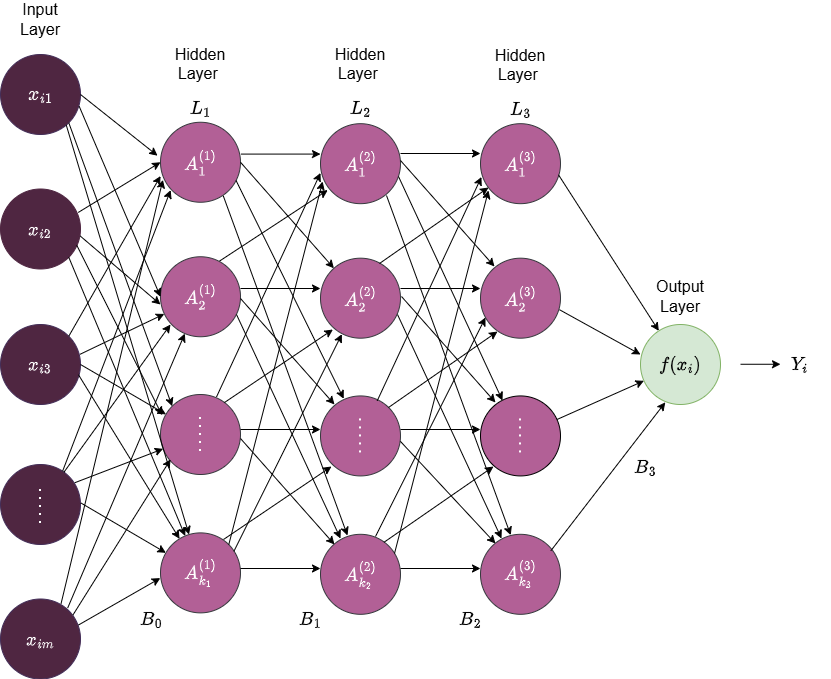
Earlier version of the draw.io export images/neural_network.png (hds-sandbox/Dyn_Risk_Pred_Course). Source tidied: cells renumbered, new cells last; positions are measured from the earlier drawing's top-left corner, leaving out a move shared by most shapes.
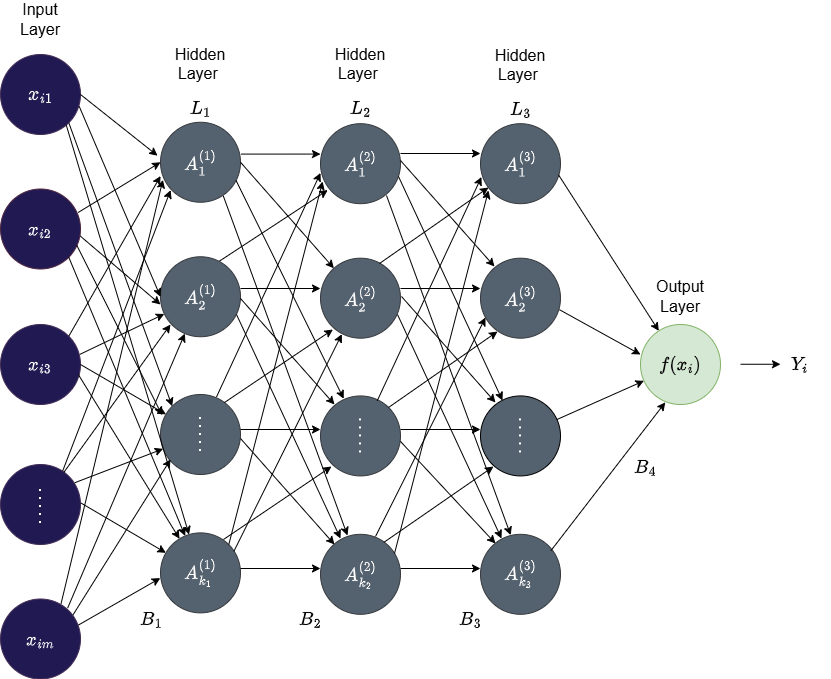
After the change.

The edit, as a diff of the source:
```diff
@@ -2,16 +2,16 @@
   <root>
     <mxCell id="0" />
     <mxCell id="1" parent="0" />
-    <mxCell id="2" style="ellipse;whiteSpace=wrap;html=1;fillColor=#4F2641;strokeColor=#432D57;fontColor=#ffffff;" parent="1" vertex="1">
+    <mxCell id="2" style="ellipse;whiteSpace=wrap;html=1;fillColor=#211A52;strokeColor=#432D57;fontColor=#ffffff;" parent="1" vertex="1">
       <mxGeometry y="460" width="80" height="80" as="geometry" />
     </mxCell>
-    <mxCell id="3" value="&lt;font style=&quot;font-size: 16px;&quot;&gt;$$x_{im}$$&lt;/font&gt;" style="ellipse;whiteSpace=wrap;html=1;fillColor=#4F2641;strokeColor=#432D57;fontColor=#ffffff;" parent="1" vertex="1">
+    <mxCell id="3" value="&lt;font style=&quot;font-size: 16px;&quot;&gt;$$x_{im}$$&lt;/font&gt;" style="ellipse;whiteSpace=wrap;html=1;fillColor=#211A52;strokeColor=#432D57;fontColor=#ffffff;" parent="1" vertex="1">
       <mxGeometry y="594.5" width="80" height="80" as="geometry" />
     </mxCell>
-    <mxCell id="4" value="&lt;font style=&quot;font-size: 17px;&quot;&gt;$$x_{i1}$$&lt;/font&gt;" style="ellipse;whiteSpace=wrap;html=1;fillColor=#4F2641;strokeColor=#432D57;fontColor=#ffffff;" parent="1" vertex="1">
+    <mxCell id="4" value="&lt;font style=&quot;font-size: 17px;&quot;&gt;$$x_{i1}$$&lt;/font&gt;" style="ellipse;whiteSpace=wrap;html=1;fillColor=#211A52;strokeColor=#432D57;fontColor=#ffffff;" parent="1" vertex="1">
       <mxGeometry y="50" width="80" height="80" as="geometry" />
     </mxCell>
-    <mxCell id="5" value="&lt;font style=&quot;font-size: 16px;&quot;&gt;$$x_{i2}$$&lt;/font&gt;" style="ellipse;whiteSpace=wrap;html=1;fillColor=#4F2641;strokeColor=#4F2641;fontColor=#ffffff;" parent="1" vertex="1">
+    <mxCell id="5" value="&lt;font style=&quot;font-size: 16px;&quot;&gt;$$x_{i2}$$&lt;/font&gt;" style="ellipse;whiteSpace=wrap;html=1;fillColor=#211A52;strokeColor=#4F2641;fontColor=#ffffff;" parent="1" vertex="1">
       <mxGeometry y="184.5" width="80" height="80" as="geometry" />
     </mxCell>
     <mxCell id="6" style="endArrow=none;dashed=1;html=1;dashPattern=1 3;strokeWidth=2;rounded=0;strokeColor=#FFFFFF;" parent="1" edge="1">
@@ -20,13 +20,13 @@
         <mxPoint x="40" y="479" as="targetPoint" />
       </mxGeometry>
     </mxCell>
-    <mxCell id="7" value="&lt;font style=&quot;color: rgb(255, 255, 255); font-size: 16px;&quot;&gt;&lt;b&gt;$$A_{k_1}^{(1)}$$&lt;/b&gt;&lt;/font&gt;" style="ellipse;whiteSpace=wrap;html=1;fillColor=#B26096;strokeColor=#36393d;" parent="1" vertex="1">
+    <mxCell id="7" value="&lt;font style=&quot;color: rgb(255, 255, 255); font-size: 16px;&quot;&gt;&lt;b&gt;$$A_{k_1}^{(1)}$$&lt;/b&gt;&lt;/font&gt;" style="ellipse;whiteSpace=wrap;html=1;fillColor=#54616E;strokeColor=#36393d;" parent="1" vertex="1">
       <mxGeometry x="160" y="528.4" width="80" height="80" as="geometry" />
     </mxCell>
-    <mxCell id="8" value="&lt;font style=&quot;color: rgb(255, 255, 255); font-size: 16px;&quot;&gt;$$A_1^{(1)}$$&lt;/font&gt;" style="ellipse;whiteSpace=wrap;html=1;fillColor=#B26096;strokeColor=#36393d;" parent="1" vertex="1">
+    <mxCell id="8" value="&lt;font style=&quot;color: rgb(255, 255, 255); font-size: 16px;&quot;&gt;$$A_1^{(1)}$$&lt;/font&gt;" style="ellipse;whiteSpace=wrap;html=1;fillColor=#54616E;strokeColor=#36393d;" parent="1" vertex="1">
       <mxGeometry x="160" y="117.8" width="80" height="80" as="geometry" />
     </mxCell>
-    <mxCell id="9" value="&lt;font style=&quot;color: rgb(255, 255, 255); font-size: 16px;&quot;&gt;$$A_2^{(1)}$$&lt;/font&gt;" style="ellipse;whiteSpace=wrap;html=1;fillColor=#B26096;strokeColor=#36393d;" parent="1" vertex="1">
+    <mxCell id="9" value="&lt;font style=&quot;color: rgb(255, 255, 255); font-size: 16px;&quot;&gt;$$A_2^{(1)}$$&lt;/font&gt;" style="ellipse;whiteSpace=wrap;html=1;fillColor=#54616E;strokeColor=#36393d;" parent="1" vertex="1">
       <mxGeometry x="160" y="252.2" width="80" height="80" as="geometry" />
     </mxCell>
     <mxCell id="10" style="endArrow=none;dashed=1;html=1;dashPattern=1 3;strokeWidth=2;rounded=0;" parent="1" edge="1">
@@ -35,10 +35,10 @@
         <mxPoint x="200" y="408.1" as="targetPoint" />
       </mxGeometry>
     </mxCell>
-    <mxCell id="11" value="&lt;font style=&quot;font-size: 16px;&quot;&gt;$$x_{i3}$$&lt;/font&gt;" style="ellipse;whiteSpace=wrap;html=1;fillColor=#4F2641;strokeColor=#432D57;fontColor=#ffffff;" parent="1" vertex="1">
+    <mxCell id="11" value="&lt;font style=&quot;font-size: 16px;&quot;&gt;$$x_{i3}$$&lt;/font&gt;" style="ellipse;whiteSpace=wrap;html=1;fillColor=#211A52;strokeColor=#432D57;fontColor=#ffffff;" parent="1" vertex="1">
       <mxGeometry y="320" width="80" height="80" as="geometry" />
     </mxCell>
-    <mxCell id="12" style="ellipse;whiteSpace=wrap;html=1;fillColor=#B26096;strokeColor=#36393d;" parent="1" vertex="1">
+    <mxCell id="12" style="ellipse;whiteSpace=wrap;html=1;fillColor=#54616E;strokeColor=#36393d;" parent="1" vertex="1">
       <mxGeometry x="160" y="390" width="80" height="80" as="geometry" />
     </mxCell>
     <mxCell id="13" value="&lt;font style=&quot;font-size: 16px;&quot;&gt;$$f(x_i)$$&lt;/font&gt;" style="ellipse;whiteSpace=wrap;html=1;fillColor=#d5e8d4;strokeColor=#82b366;" parent="1" vertex="1">
@@ -119,13 +119,13 @@
         <mxPoint x="200" y="407" as="targetPoint" />
       </mxGeometry>
     </mxCell>
-    <mxCell id="37" value="&lt;font style=&quot;color: rgb(255, 255, 255); font-size: 16px;&quot;&gt;&lt;b&gt;$$A_{k_2}^{(2)}$$&lt;/b&gt;&lt;/font&gt;" style="ellipse;whiteSpace=wrap;html=1;fillColor=#B26096;strokeColor=#36393d;" parent="1" vertex="1">
+    <mxCell id="37" value="&lt;font style=&quot;color: rgb(255, 255, 255); font-size: 16px;&quot;&gt;&lt;b&gt;$$A_{k_2}^{(2)}$$&lt;/b&gt;&lt;/font&gt;" style="ellipse;whiteSpace=wrap;html=1;fillColor=#54616E;strokeColor=#36393d;" parent="1" vertex="1">
       <mxGeometry x="320" y="529.8" width="80" height="80" as="geometry" />
     </mxCell>
-    <mxCell id="38" value="&lt;font style=&quot;color: rgb(255, 255, 255); font-size: 16px;&quot;&gt;$$A_1^{(2)}$$&lt;/font&gt;" style="ellipse;whiteSpace=wrap;html=1;fillColor=#B26096;strokeColor=#36393d;" parent="1" vertex="1">
+    <mxCell id="38" value="&lt;font style=&quot;color: rgb(255, 255, 255); font-size: 16px;&quot;&gt;$$A_1^{(2)}$$&lt;/font&gt;" style="ellipse;whiteSpace=wrap;html=1;fillColor=#54616E;strokeColor=#36393d;" parent="1" vertex="1">
       <mxGeometry x="320" y="119.2" width="80" height="80" as="geometry" />
     </mxCell>
-    <mxCell id="39" value="&lt;font style=&quot;color: rgb(255, 255, 255); font-size: 16px;&quot;&gt;$$A_2^{(2)}$$&lt;/font&gt;" style="ellipse;whiteSpace=wrap;html=1;fillColor=#B26096;strokeColor=#36393d;" parent="1" vertex="1">
+    <mxCell id="39" value="&lt;font style=&quot;color: rgb(255, 255, 255); font-size: 16px;&quot;&gt;$$A_2^{(2)}$$&lt;/font&gt;" style="ellipse;whiteSpace=wrap;html=1;fillColor=#54616E;strokeColor=#36393d;" parent="1" vertex="1">
       <mxGeometry x="320" y="253.7" width="80" height="80" as="geometry" />
     </mxCell>
     <mxCell id="40" style="endArrow=none;dashed=1;html=1;dashPattern=1 3;strokeWidth=2;rounded=0;" parent="1" edge="1">
@@ -134,7 +134,7 @@
         <mxPoint x="360" y="409.6" as="targetPoint" />
       </mxGeometry>
     </mxCell>
-    <mxCell id="41" style="ellipse;whiteSpace=wrap;html=1;fillColor=#B26096;strokeColor=#36393d;" parent="1" vertex="1">
+    <mxCell id="41" style="ellipse;whiteSpace=wrap;html=1;fillColor=#54616E;strokeColor=#36393d;" parent="1" vertex="1">
       <mxGeometry x="320" y="391.4" width="80" height="80" as="geometry" />
     </mxCell>
     <mxCell id="42" style="endArrow=none;dashed=1;html=1;dashPattern=1 3;strokeWidth=2;rounded=0;strokeColor=#FFFFFF;" parent="1" edge="1">
@@ -143,13 +143,13 @@
         <mxPoint x="360" y="408.4" as="targetPoint" />
       </mxGeometry>
     </mxCell>
-    <mxCell id="43" value="&lt;font style=&quot;color: rgb(255, 255, 255); font-size: 16px;&quot;&gt;&lt;b&gt;$$A_{k_3}^{(3)}$$&lt;/b&gt;&lt;/font&gt;" style="ellipse;whiteSpace=wrap;html=1;fillColor=#B26096;strokeColor=#36393d;" parent="1" vertex="1">
+    <mxCell id="43" value="&lt;font style=&quot;color: rgb(255, 255, 255); font-size: 16px;&quot;&gt;&lt;b&gt;$$A_{k_3}^{(3)}$$&lt;/b&gt;&lt;/font&gt;" style="ellipse;whiteSpace=wrap;html=1;fillColor=#54616E;strokeColor=#36393d;" parent="1" vertex="1">
       <mxGeometry x="480" y="529.8" width="80" height="80" as="geometry" />
     </mxCell>
-    <mxCell id="44" value="&lt;font style=&quot;color: rgb(255, 255, 255); font-size: 16px;&quot;&gt;$$A_1^{(3)}$$&lt;/font&gt;" style="ellipse;whiteSpace=wrap;html=1;fillColor=#B26096;strokeColor=#36393d;" parent="1" vertex="1">
+    <mxCell id="44" value="&lt;font style=&quot;color: rgb(255, 255, 255); font-size: 16px;&quot;&gt;$$A_1^{(3)}$$&lt;/font&gt;" style="ellipse;whiteSpace=wrap;html=1;fillColor=#54616E;strokeColor=#36393d;" parent="1" vertex="1">
       <mxGeometry x="480" y="119.2" width="80" height="80" as="geometry" />
     </mxCell>
-    <mxCell id="45" value="&lt;font style=&quot;color: rgb(255, 255, 255); font-size: 16px;&quot;&gt;$$A_2^{(3)}$$&lt;/font&gt;" style="ellipse;whiteSpace=wrap;html=1;fillColor=#B26096;strokeColor=#36393d;" parent="1" vertex="1">
+    <mxCell id="45" value="&lt;font style=&quot;color: rgb(255, 255, 255); font-size: 16px;&quot;&gt;$$A_2^{(3)}$$&lt;/font&gt;" style="ellipse;whiteSpace=wrap;html=1;fillColor=#54616E;strokeColor=#36393d;" parent="1" vertex="1">
       <mxGeometry x="480" y="253.7" width="80" height="80" as="geometry" />
     </mxCell>
     <mxCell id="46" style="endArrow=none;dashed=1;html=1;dashPattern=1 3;strokeWidth=2;rounded=0;" parent="1" edge="1">
@@ -158,7 +158,7 @@
         <mxPoint x="520" y="409.6" as="targetPoint" />
       </mxGeometry>
     </mxCell>
-    <mxCell id="47" style="ellipse;whiteSpace=wrap;html=1;fillColor=#B26096;strokeColor=#000000;" parent="1" vertex="1">
+    <mxCell id="47" style="ellipse;whiteSpace=wrap;html=1;fillColor=#54616E;strokeColor=#000000;" parent="1" vertex="1">
       <mxGeometry x="480" y="391.4" width="80" height="80" as="geometry" />
     </mxCell>
     <mxCell id="48" style="endArrow=none;dashed=1;html=1;dashPattern=1 3;strokeWidth=2;rounded=0;strokeColor=#FFFFFF;" parent="1" edge="1">
@@ -364,16 +364,16 @@
     <mxCell id="89" value="&lt;font style=&quot;font-size: 16px;&quot;&gt;Output Layer&lt;/font&gt;" style="text;html=1;whiteSpace=wrap;strokeColor=none;fillColor=none;align=center;verticalAlign=middle;rounded=0;" parent="1" vertex="1">
       <mxGeometry x="650" y="277.2" width="60" height="30" as="geometry" />
     </mxCell>
-    <mxCell id="90" value="&lt;b&gt;&lt;font style=&quot;font-size: 16px;&quot;&gt;$$B_0$$&lt;/font&gt;&lt;/b&gt;" style="text;html=1;whiteSpace=wrap;strokeColor=none;fillColor=none;align=center;verticalAlign=middle;rounded=0;" parent="1" vertex="1">
+    <mxCell id="90" value="&lt;b&gt;&lt;font style=&quot;font-size: 16px;&quot;&gt;$$B_1$$&lt;/font&gt;&lt;/b&gt;" style="text;html=1;whiteSpace=wrap;strokeColor=none;fillColor=none;align=center;verticalAlign=middle;rounded=0;" parent="1" vertex="1">
       <mxGeometry x="121" y="600" width="60" height="30" as="geometry" />
     </mxCell>
-    <mxCell id="91" value="&lt;b&gt;&lt;font style=&quot;font-size: 16px;&quot;&gt;$$B_1$$&lt;/font&gt;&lt;/b&gt;" style="text;html=1;whiteSpace=wrap;strokeColor=none;fillColor=none;align=center;verticalAlign=middle;rounded=0;" parent="1" vertex="1">
+    <mxCell id="91" value="&lt;b&gt;&lt;font style=&quot;font-size: 16px;&quot;&gt;$$B_2$$&lt;/font&gt;&lt;/b&gt;" style="text;html=1;whiteSpace=wrap;strokeColor=none;fillColor=none;align=center;verticalAlign=middle;rounded=0;" parent="1" vertex="1">
       <mxGeometry x="280" y="600" width="60" height="30" as="geometry" />
     </mxCell>
-    <mxCell id="92" value="&lt;b&gt;&lt;font style=&quot;font-size: 16px;&quot;&gt;$$B_2$$&lt;/font&gt;&lt;/b&gt;" style="text;html=1;whiteSpace=wrap;strokeColor=none;fillColor=none;align=center;verticalAlign=middle;rounded=0;" parent="1" vertex="1">
+    <mxCell id="92" value="&lt;b&gt;&lt;font style=&quot;font-size: 16px;&quot;&gt;$$B_3$$&lt;/font&gt;&lt;/b&gt;" style="text;html=1;whiteSpace=wrap;strokeColor=none;fillColor=none;align=center;verticalAlign=middle;rounded=0;" parent="1" vertex="1">
       <mxGeometry x="440" y="600" width="60" height="30" as="geometry" />
     </mxCell>
-    <mxCell id="93" value="&lt;b&gt;&lt;font style=&quot;font-size: 16px;&quot;&gt;$$B_3$$&lt;/font&gt;&lt;/b&gt;" style="text;html=1;whiteSpace=wrap;strokeColor=none;fillColor=none;align=center;verticalAlign=middle;rounded=0;" parent="1" vertex="1">
+    <mxCell id="93" value="&lt;b&gt;&lt;font style=&quot;font-size: 16px;&quot;&gt;$$B_4$$&lt;/font&gt;&lt;/b&gt;" style="text;html=1;whiteSpace=wrap;strokeColor=none;fillColor=none;align=center;verticalAlign=middle;rounded=0;" parent="1" vertex="1">
       <mxGeometry x="615" y="448" width="60" height="30" as="geometry" />
     </mxCell>
   </root>
```
